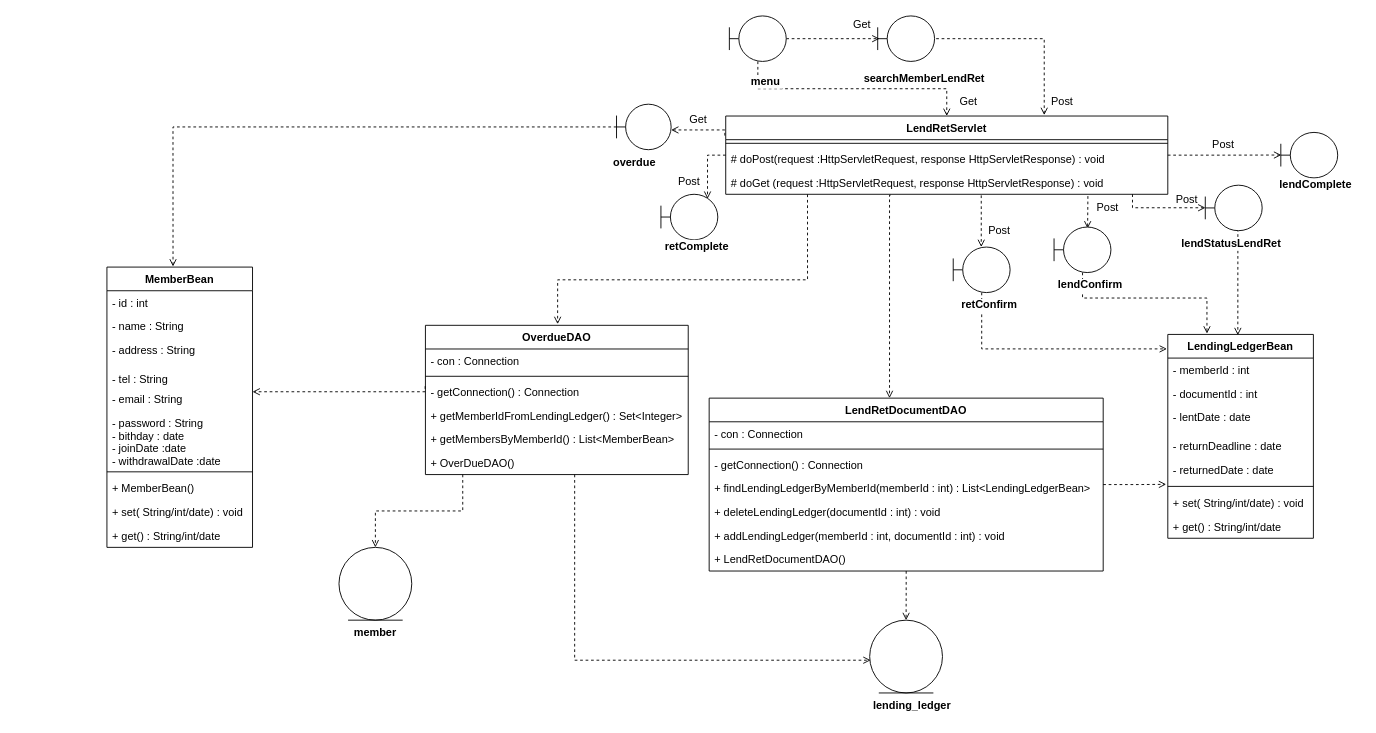
LovesPython/LibraryManagementSystem keeps this draw.io diagram as 開発演習ドキュメント/図書管理システム/成果物テンプレート/30_内部設計/クラス図/貸出返却.drawio. Above is the earlier version. Source tidied: cells renumbered, new cells numbered last; positions are measured from the earlier drawing's top-left corner, leaving out a move shared by most shapes. Both pictures are drawn from the tidied source at 91%, with x=0, y=0 at pixel (106, 15).
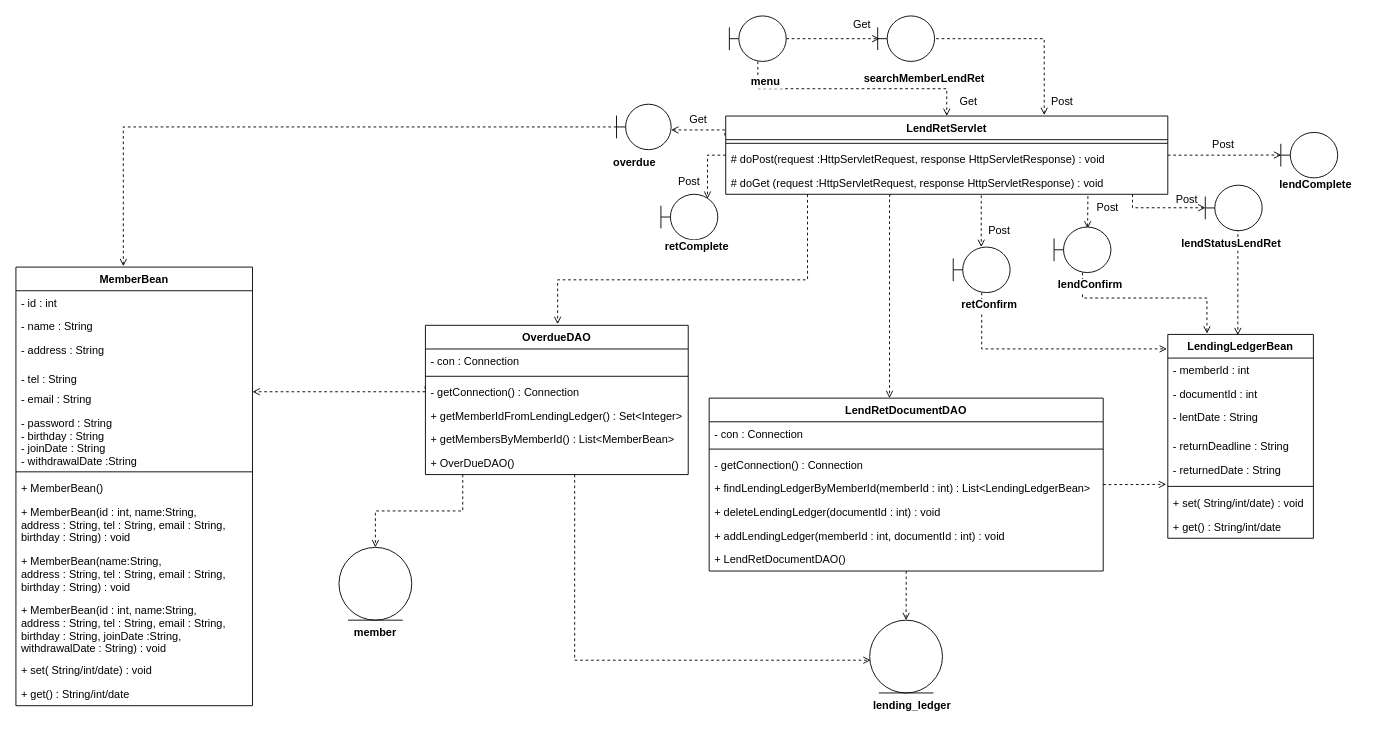
After the change.

Unchanged cells that the change refers to:
```xml
<mxCell id="46" value="LendingLedgerBean" style="swimlane;fontStyle=1;align=center;verticalAlign=top;horizontal=1;startSize=26;labelBackgroundColor=#ffffff;" parent="1" vertex="1">
  <mxGeometry x="1165.8" y="350" width="160" height="224" as="geometry" />
</mxCell>
```

What changed in the source:
```diff
@@
-    <mxCell id="49" value="- lentDate : date" style="text;strokeColor=none;fillColor=none;align=left;verticalAlign=top;spacingLeft=4;spacingRight=4;overflow=hidden;" parent="46" vertex="1">
+    <mxCell id="49" value="- lentDate : String" style="text;strokeColor=none;fillColor=none;align=left;verticalAlign=top;spacingLeft=4;spacingRight=4;overflow=hidden;" parent="46" vertex="1">
       <mxGeometry y="78" width="160" height="32" as="geometry" />
     </mxCell>
-    <mxCell id="50" value="- returnDeadline : date" style="text;strokeColor=none;fillColor=none;align=left;verticalAlign=top;spacingLeft=4;spacingRight=4;overflow=hidden;" parent="46" vertex="1">
+    <mxCell id="50" value="- returnDeadline : String" style="text;strokeColor=none;fillColor=none;align=left;verticalAlign=top;spacingLeft=4;spacingRight=4;overflow=hidden;" parent="46" vertex="1">
       <mxGeometry y="110" width="160" height="26" as="geometry" />
     </mxCell>
-    <mxCell id="51" value="- returnedDate : date" style="text;strokeColor=none;fillColor=none;align=left;verticalAlign=top;spacingLeft=4;spacingRight=4;overflow=hidden;points=[[0,0.5],[1,0.5]];portConstraint=eastwest;" parent="46" vertex="1">
+    <mxCell id="51" value="- returnedDate : String" style="text;strokeColor=none;fillColor=none;align=left;verticalAlign=top;spacingLeft=4;spacingRight=4;overflow=hidden;points=[[0,0.5],[1,0.5]];portConstraint=eastwest;" parent="46" vertex="1">
       <mxGeometry y="136" width="160" height="26" as="geometry" />
     </mxCell>
@@
     <mxCell id="70" value="MemberBean" style="swimlane;fontStyle=1;align=center;verticalAlign=top;horizontal=1;startSize=26;labelBackgroundColor=#ffffff;" parent="1" vertex="1">
-      <mxGeometry y="276" width="160" height="308" as="geometry" />
+      <mxGeometry x="-100" y="276" width="260" height="482" as="geometry" />
     </mxCell>
     <mxCell id="71" value="- id : int" style="text;strokeColor=none;fillColor=none;align=left;verticalAlign=top;spacingLeft=4;spacingRight=4;overflow=hidden;" parent="70" vertex="1">
-      <mxGeometry y="26" width="160" height="26" as="geometry" />
+      <mxGeometry y="26" width="260" height="26" as="geometry" />
     </mxCell>
     <mxCell id="72" value="- name : String" style="text;strokeColor=none;fillColor=none;align=left;verticalAlign=top;spacingLeft=4;spacingRight=4;overflow=hidden;" parent="70" vertex="1">
-      <mxGeometry y="52" width="160" height="26" as="geometry" />
+      <mxGeometry y="52" width="260" height="26" as="geometry" />
     </mxCell>
     <mxCell id="73" value="- address : String" style="text;strokeColor=none;fillColor=none;align=left;verticalAlign=top;spacingLeft=4;spacingRight=4;overflow=hidden;" parent="70" vertex="1">
-      <mxGeometry y="78" width="160" height="32" as="geometry" />
+      <mxGeometry y="78" width="260" height="32" as="geometry" />
     </mxCell>
     <mxCell id="74" value="- tel : String" style="text;strokeColor=none;fillColor=none;align=left;verticalAlign=top;spacingLeft=4;spacingRight=4;overflow=hidden;" parent="70" vertex="1">
-      <mxGeometry y="110" width="160" height="22" as="geometry" />
+      <mxGeometry y="110" width="260" height="22" as="geometry" />
     </mxCell>
     <mxCell id="75" value="- email : String" style="text;strokeColor=none;fillColor=none;align=left;verticalAlign=top;spacingLeft=4;spacingRight=4;overflow=hidden;points=[[0,0.5],[1,0.5]];portConstraint=eastwest;" parent="70" vertex="1">
-      <mxGeometry y="132" width="160" height="26" as="geometry" />
+      <mxGeometry y="132" width="260" height="26" as="geometry" />
     </mxCell>
-    <mxCell id="76" value="- password : String&#10;- bithday : date&#10;- joinDate :date&#10;- withdrawalDate :date" style="text;strokeColor=none;fillColor=none;align=left;verticalAlign=top;spacingLeft=4;spacingRight=4;overflow=hidden;" parent="70" vertex="1">
-      <mxGeometry y="158" width="160" height="62" as="geometry" />
+    <mxCell id="76" value="- password : String&#10;- birthday : String&#10;- joinDate : String&#10;- withdrawalDate :String" style="text;strokeColor=none;fillColor=none;align=left;verticalAlign=top;spacingLeft=4;spacingRight=4;overflow=hidden;" parent="70" vertex="1">
+      <mxGeometry y="158" width="260" height="62" as="geometry" />
     </mxCell>
     <mxCell id="77" style="line;strokeWidth=1;fillColor=none;align=left;verticalAlign=middle;spacingTop=-1;spacingLeft=3;spacingRight=3;labelPosition=right;" parent="70" vertex="1">
-      <mxGeometry y="220" width="160" height="10" as="geometry" />
+      <mxGeometry y="220" width="260" height="10" as="geometry" />
     </mxCell>
     <mxCell id="78" value="+ MemberBean()" style="text;strokeColor=none;fillColor=none;align=left;verticalAlign=top;spacingLeft=4;spacingRight=4;overflow=hidden;" parent="70" vertex="1">
-      <mxGeometry y="230" width="160" height="26" as="geometry" />
+      <mxGeometry y="230" width="260" height="26" as="geometry" />
     </mxCell>
+    <mxCell id="90" value="+ MemberBean(id : int, name:String,&#10;address : String, tel : String, email : String, &#10;birthday : String) : void" style="text;strokeColor=none;fillColor=none;align=left;verticalAlign=top;spacingLeft=4;spacingRight=4;overflow=hidden;" parent="70" vertex="1">
+      <mxGeometry y="256" width="260" height="54" as="geometry" />
+    </mxCell>
+    <mxCell id="91" value="+ MemberBean(name:String,&#10;address : String, tel : String, email : String, &#10;birthday : String) : void" style="text;strokeColor=none;fillColor=none;align=left;verticalAlign=top;spacingLeft=4;spacingRight=4;overflow=hidden;" parent="70" vertex="1">
+      <mxGeometry y="310" width="260" height="54" as="geometry" />
+    </mxCell>
+    <mxCell id="92" value="+ MemberBean(id : int, name:String,&#10;address : String, tel : String, email : String, &#10;birthday : String, joinDate :String,&#10;withdrawalDate : String) : void" style="text;strokeColor=none;fillColor=none;align=left;verticalAlign=top;spacingLeft=4;spacingRight=4;overflow=hidden;" parent="70" vertex="1">
+      <mxGeometry y="364" width="260" height="66" as="geometry" />
+    </mxCell>
     <mxCell id="79" value="+ set( String/int/date) : void" style="text;strokeColor=none;fillColor=none;align=left;verticalAlign=top;spacingLeft=4;spacingRight=4;overflow=hidden;" parent="70" vertex="1">
-      <mxGeometry y="256" width="160" height="26" as="geometry" />
+      <mxGeometry y="430" width="260" height="26" as="geometry" />
     </mxCell>
     <mxCell id="80" value="+ get() : String/int/date" style="text;strokeColor=none;fillColor=none;align=left;verticalAlign=top;spacingLeft=4;spacingRight=4;overflow=hidden;" parent="70" vertex="1">
-      <mxGeometry y="282" width="160" height="26" as="geometry" />
+      <mxGeometry y="456" width="260" height="26" as="geometry" />
     </mxCell>
```
